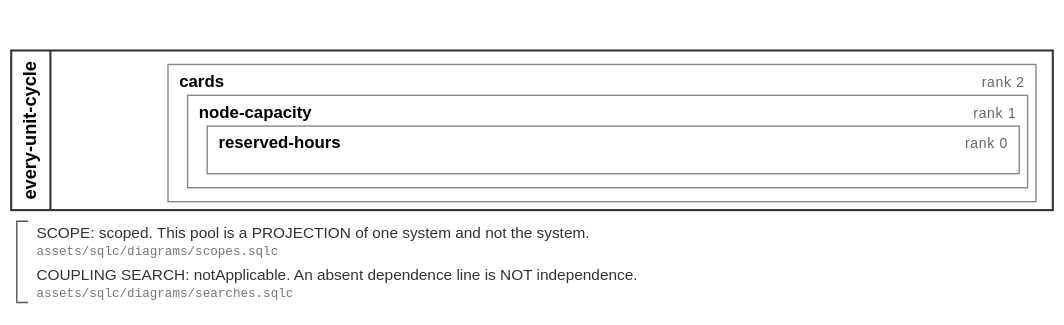
soulstompp/process-modulus keeps this BPMN diagram as assets/svg/filings/every-unit-cycle.svg. Above is the earlier version. Its source is kept beside it as assets/bpmn/filings/every-unit-cycle.bpmn. Ids are renumbered.
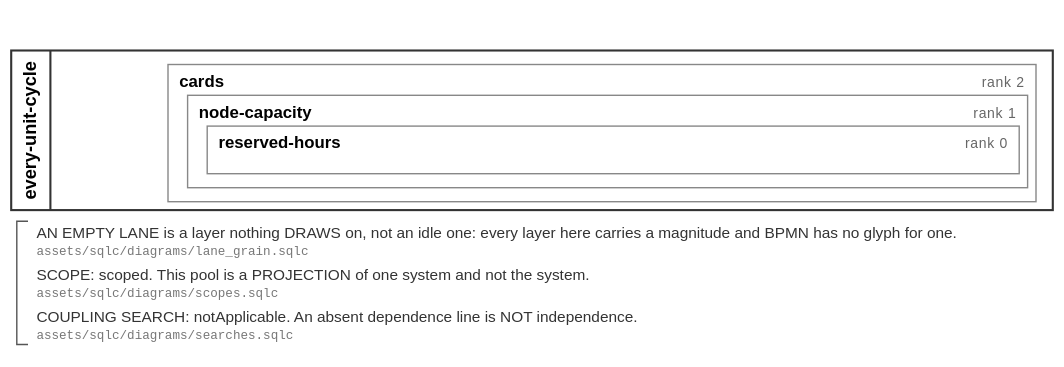
The same file after the commit.

Diff of the diagram source:
```diff
@@ -30,6 +30,9 @@
         </childLaneSet>
       </lane>
     </laneSet>
+    <textAnnotation id="note_every-unit-cycle_lane">
+      <text>AN EMPTY LANE is a layer nothing DRAWS on, not an idle one: every layer here carries a magnitude and BPMN has no glyph for one. [assets/sqlc/diagrams/lane_grain.sqlc]</text>
+    </textAnnotation>
     <textAnnotation id="note_every-unit-cycle_scope">
       <text>SCOPE: scoped. This pool is a PROJECTION of one system and not the system. [assets/sqlc/diagrams/scopes.sqlc]</text>
     </textAnnotation>
@@ -51,11 +54,14 @@
       <bpmndi:BPMNShape id="shape_every-unit-cycle_lane_every-unit-cycle_reserved-hours" bpmnElement="tns:lane_every-unit-cycle_reserved-hours">
         <dc:Bounds x="148" y="90" width="580" height="34"/>
       </bpmndi:BPMNShape>
-      <bpmndi:BPMNShape id="shape_every-unit-cycle_note_every-unit-cycle_scope" bpmnElement="tns:note_every-unit-cycle_scope">
+      <bpmndi:BPMNShape id="shape_every-unit-cycle_note_every-unit-cycle_lane" bpmnElement="tns:note_every-unit-cycle_lane">
         <dc:Bounds x="20" y="158" width="720" height="28"/>
       </bpmndi:BPMNShape>
+      <bpmndi:BPMNShape id="shape_every-unit-cycle_note_every-unit-cycle_scope" bpmnElement="tns:note_every-unit-cycle_scope">
+        <dc:Bounds x="20" y="188" width="720" height="28"/>
+      </bpmndi:BPMNShape>
       <bpmndi:BPMNShape id="shape_every-unit-cycle_note_every-unit-cycle_search" bpmnElement="tns:note_every-unit-cycle_search">
-        <dc:Bounds x="20" y="188" width="720" height="28"/>
+        <dc:Bounds x="20" y="218" width="720" height="28"/>
       </bpmndi:BPMNShape>
     </bpmndi:BPMNPlane>
   </bpmndi:BPMNDiagram>
```
